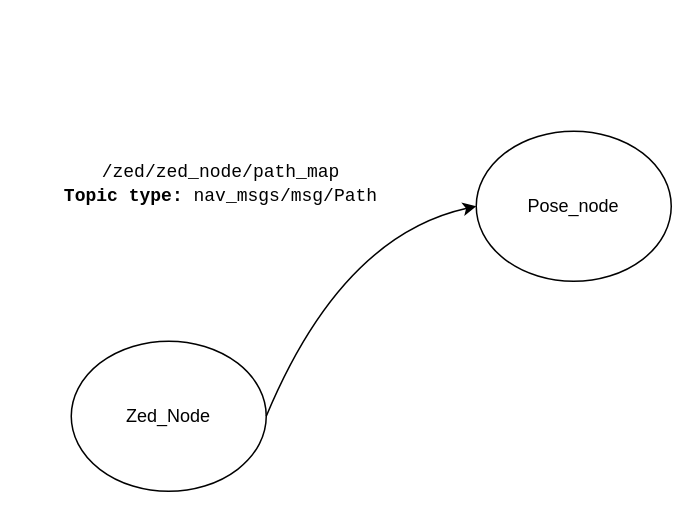
Above: Architecture.drawio in jcangaritan/Robot-hospitalario (draw.io), before the change. Source tidied: cells renumbered, new cells numbered last; positions are measured from the earlier drawing's top-left corner, leaving out a move shared by most shapes. Both pictures are drawn from the tidied source at 150%, with x=0, y=0 at pixel (26, 116).
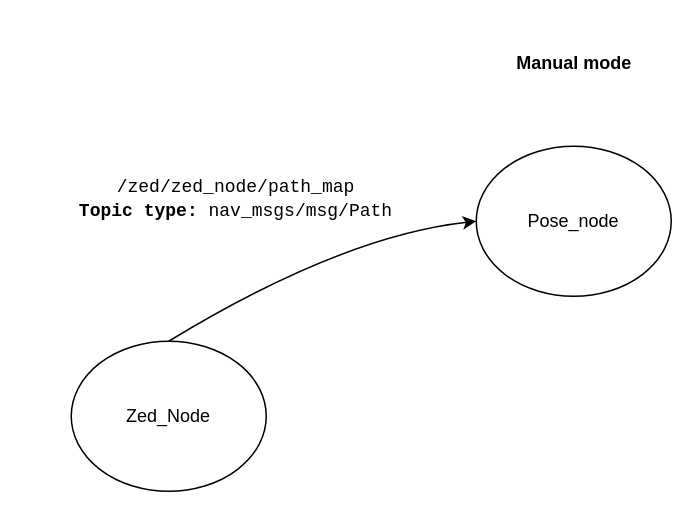
Above is the later version.

The edit, as a diff of the source:
```diff
@@
 <mxGraphModel>
   <root>
     <mxCell id="0" />
     <mxCell id="1" parent="0" />
     <mxCell id="2" value="Zed_Node" style="ellipse;whiteSpace=wrap;html=1;" parent="1" vertex="1">
       <mxGeometry x="30" y="150" width="130" height="100" as="geometry" />
     </mxCell>
     <mxCell id="3" value="Pose_node" style="ellipse;whiteSpace=wrap;html=1;" parent="1" vertex="1">
-      <mxGeometry x="300" y="10" width="130" height="100" as="geometry" />
+      <mxGeometry x="300" y="20" width="130" height="100" as="geometry" />
     </mxCell>
-    <mxCell id="4" style="curved=1;endArrow=classic;html=1;rounded=0;exitX=1;exitY=0.5;exitDx=0;exitDy=0;entryX=0;entryY=0.5;entryDx=0;entryDy=0;" parent="1" edge="1" source="2" target="3">
+    <mxCell id="4" style="curved=1;endArrow=classic;html=1;rounded=0;exitX=0.5;exitY=0;exitDx=0;exitDy=0;entryX=0;entryY=0.5;entryDx=0;entryDy=0;" parent="1" edge="1" source="2" target="3">
       <mxGeometry relative="1" as="geometry">
         <Array as="points">
           <mxPoint x="210" y="80" />
         </Array>
       </mxGeometry>
     </mxCell>
     <mxCell id="5" value="&lt;div&gt;&lt;code&gt;/zed/zed_node/path_map&lt;/code&gt;&lt;/div&gt;&lt;div&gt;&lt;code&gt;&lt;b&gt;Topic type: &lt;/b&gt;nav_msgs/msg/Path&lt;br&gt;&lt;/code&gt;&lt;/div&gt;" style="text;html=1;align=center;verticalAlign=middle;whiteSpace=wrap;rounded=0;" parent="1" vertex="1">
-      <mxGeometry width="260" height="90" as="geometry" />
+      <mxGeometry x="10" y="10" width="260" height="90" as="geometry" />
     </mxCell>
+    <mxCell id="6" value="&lt;b&gt;Manual mode&lt;br&gt;&lt;/b&gt;" style="text;html=1;align=center;verticalAlign=middle;whiteSpace=wrap;rounded=0;" parent="1" vertex="1">
+      <mxGeometry x="307.5" y="-60" width="115" height="50" as="geometry" />
+    </mxCell>
   </root>
 </mxGraphModel>
```
